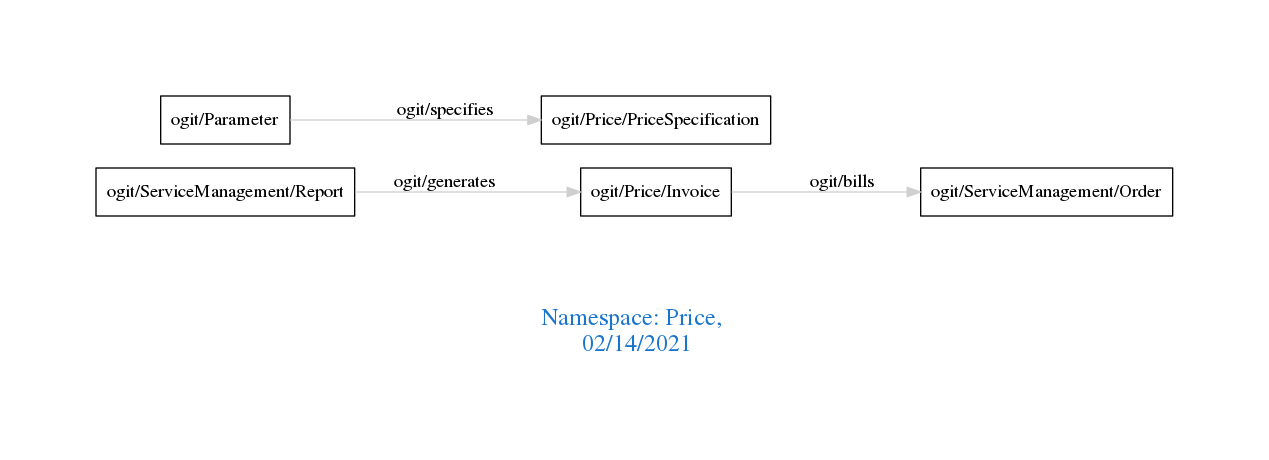
This is downloads/Price.png from arago/OGIT, a Graphviz export, as it was before one commit. Its source is kept beside it as downloads/Price.dot.
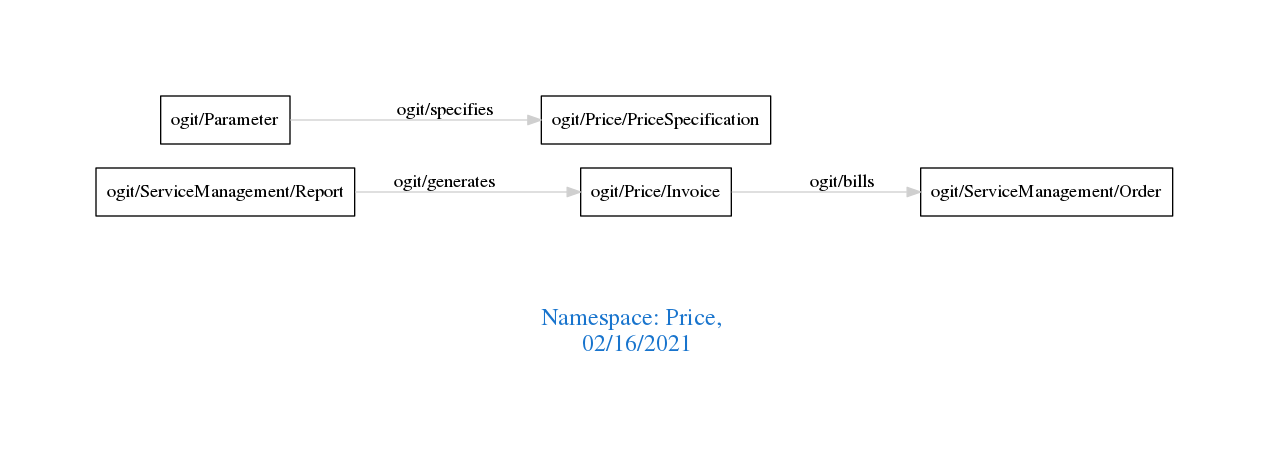
After the change.

The edit, as a diff of the source:
```diff
@@ -1,7 +1,7 @@
 digraph OGIT_ontology {
  graph [ rankdir= LR,pad=1
 fontsize = 18,
-fontcolor= dodgerblue3,label = "\n\n\nNamespace: Price, \n 02/14/2021"];
+fontcolor= dodgerblue3,label = "\n\n\nNamespace: Price, \n 02/16/2021"];
 node[shape=polygon];
 edge [  color="gray81"];
 
```
